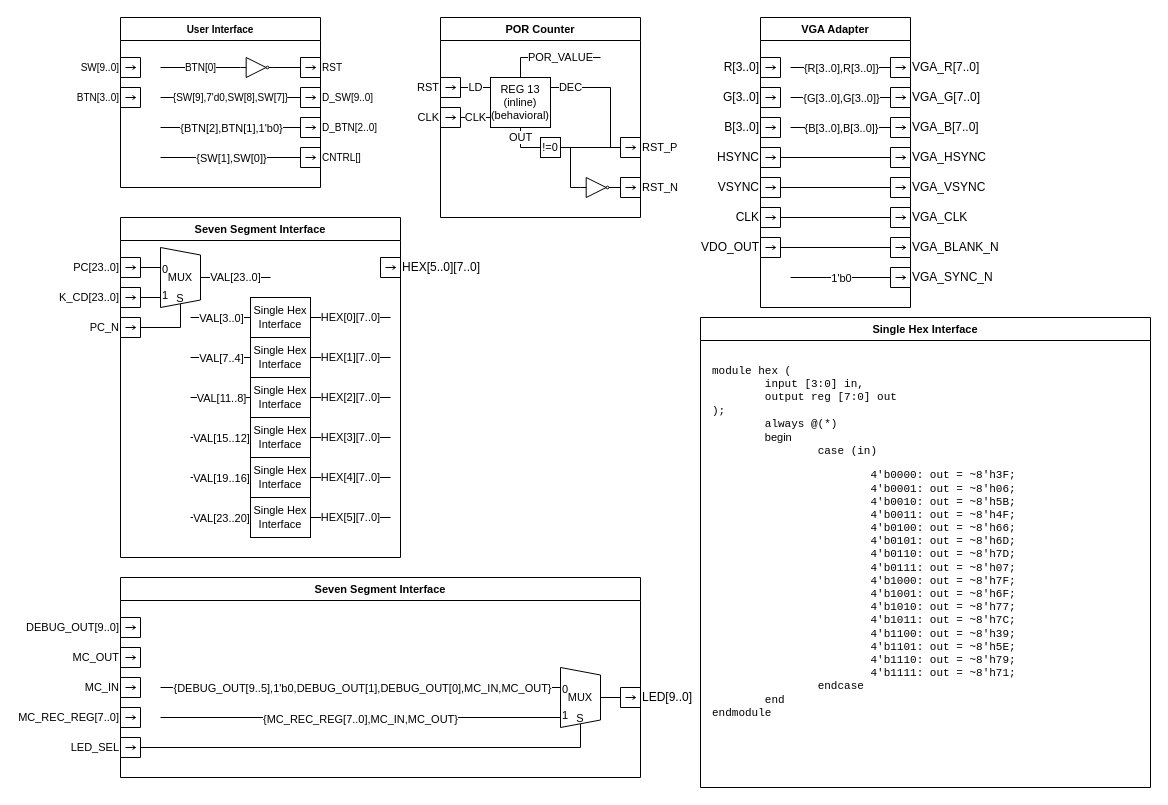
Earlier version of the draw.io diagram page 2 of 6 of docs/schem.drawio (KockaAdmiralac/arilla-vlsi). Source tidied: cells renumbered, new cells numbered last; positions are measured from the earlier drawing's top-left corner, leaving out a move shared by most shapes. Both pictures are drawn from the tidied source at 100%, with x=0, y=0 at pixel (120, 17).
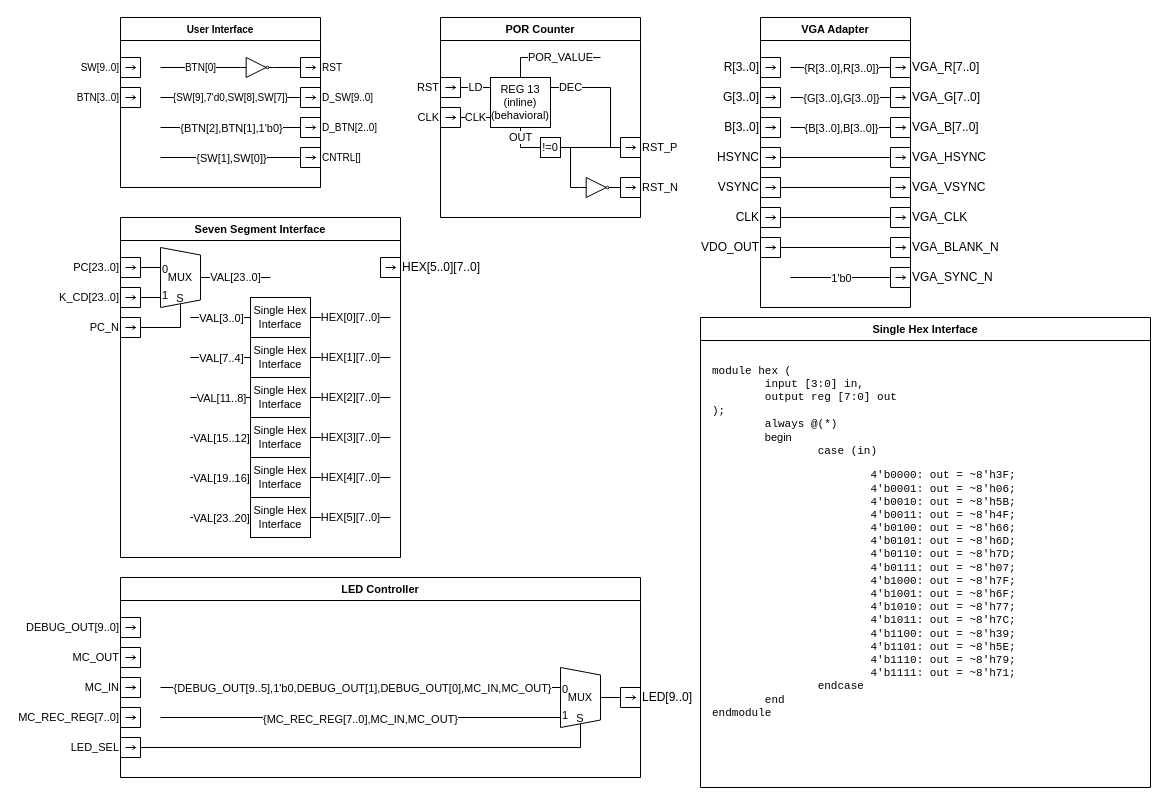
The same diagram, later.

The edit, as a diff of the source:
```diff
@@
-    <mxCell id="6" value="Seven Segment Interface" style="swimlane;whiteSpace=wrap;html=1;strokeColor=#000000;fontSize=11;" parent="1" vertex="1">
+    <mxCell id="6" value="LED Controller" style="swimlane;whiteSpace=wrap;html=1;strokeColor=#000000;fontSize=11;" parent="1" vertex="1">
       <mxGeometry y="560" width="520" height="200" as="geometry" />
     </mxCell>
```
